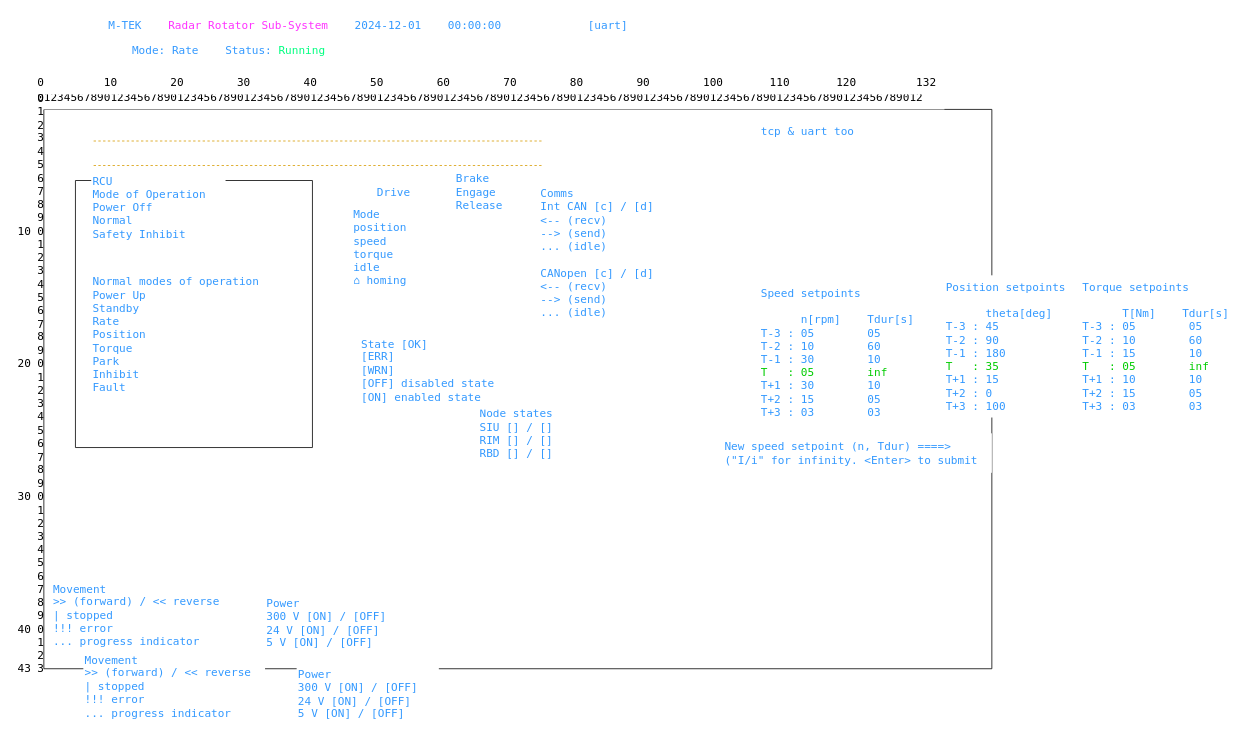
Earlier version of the draw.io diagram rcu_sw/ui-designs/uart-ui.drawio (robertholm73/software_design). Source tidied: cells renumbered, new cells numbered last; positions are measured from the earlier drawing's top-left corner, leaving out a move shared by most shapes. Both pictures are drawn from the tidied source at 79%, with x=0, y=0 at pixel (13, 13).
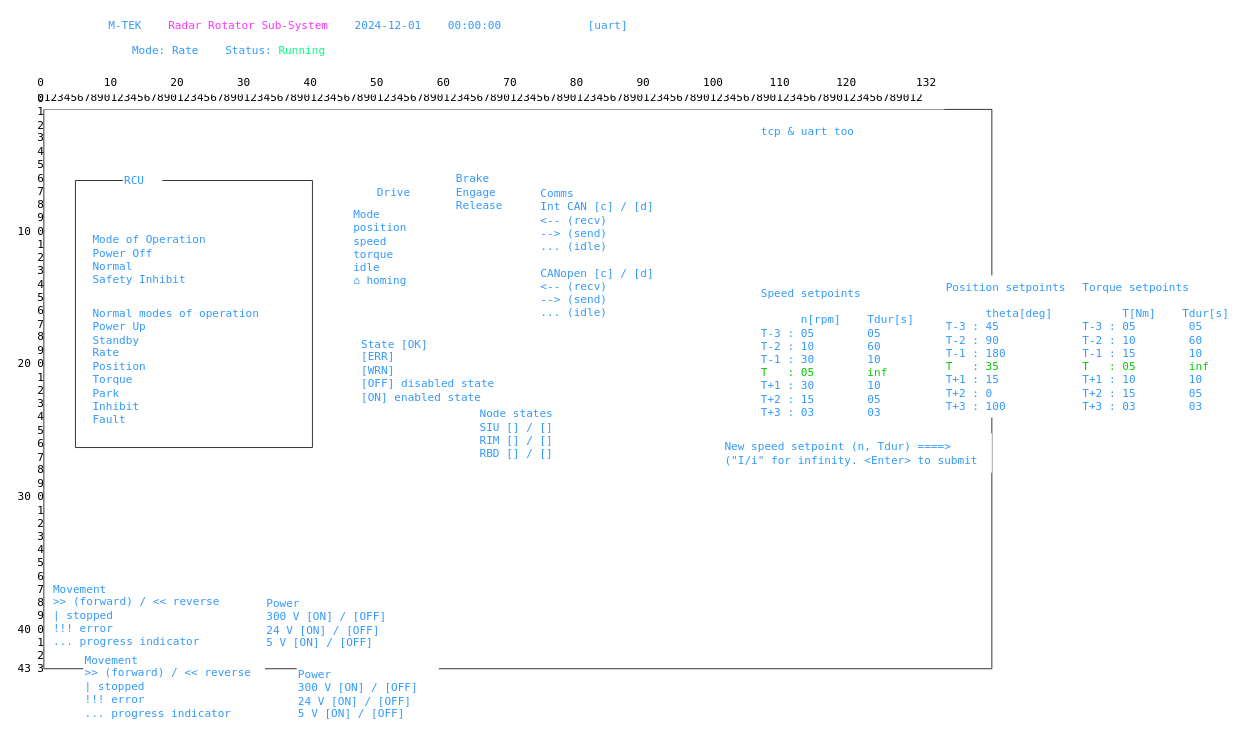
After the change.

Unchanged cells that the change refers to:
```xml
<mxCell id="2" value="&#10;" style="swimlane;startSize=0;fontFamily=Lucida Console;fontSize=14;" parent="1" vertex="1">
  <mxGeometry x="38" y="121" width="1200" height="708" as="geometry" />
</mxCell>
<mxCell id="3" value="&#10;" style="swimlane;startSize=0;fontFamily=Lucida Console;fontSize=14;" parent="2" vertex="1">
  <mxGeometry x="40" y="90" width="300" height="338" as="geometry" />
</mxCell>
```

What changed in the source:
```diff
@@
-    <mxCell id="6" value="&lt;div&gt;&lt;font color=&quot;#3399ff&quot;&gt;RCU&lt;/font&gt;&lt;/div&gt;&lt;div&gt;&lt;font color=&quot;#3399ff&quot;&gt;Mode of Operation&lt;/font&gt;&lt;/div&gt;&lt;div&gt;&lt;font color=&quot;#3399ff&quot;&gt;&lt;div&gt;Power Off&lt;/div&gt;&lt;div&gt;Normal&amp;nbsp;&lt;/div&gt;&lt;div&gt;Safety Inhibit&lt;/div&gt;&lt;/font&gt;&lt;/div&gt;" style="text;html=1;align=left;verticalAlign=middle;strokeColor=none;fillColor=default;fontFamily=Lucida Console;fontSize=14;" parent="3" vertex="1">
-      <mxGeometry x="20" y="-16" width="170" height="100" as="geometry" />
+    <mxCell id="6" value="&lt;div&gt;&lt;span style=&quot;color: rgb(51, 153, 255); background-color: initial;&quot;&gt;Mode of Operation&lt;/span&gt;&lt;/div&gt;&lt;div&gt;&lt;font color=&quot;#3399ff&quot;&gt;&lt;div&gt;Power Off&lt;/div&gt;&lt;div&gt;Normal&amp;nbsp;&lt;/div&gt;&lt;div&gt;Safety Inhibit&lt;/div&gt;&lt;/font&gt;&lt;/div&gt;" style="text;html=1;align=left;verticalAlign=middle;strokeColor=none;fillColor=default;fontFamily=Lucida Console;fontSize=14;" parent="3" vertex="1">
+      <mxGeometry x="20" y="60" width="170" height="80" as="geometry" />
     </mxCell>
     <mxCell id="7" value="&lt;div&gt;&lt;span style=&quot;color: rgb(51, 153, 255); background-color: initial;&quot;&gt;Normal modes of operation&lt;/span&gt;&lt;/div&gt;&lt;div&gt;&lt;span style=&quot;background-color: initial;&quot;&gt;&lt;font color=&quot;#3399ff&quot;&gt;&lt;div style=&quot;&quot;&gt;Power Up&lt;/div&gt;&lt;div style=&quot;&quot;&gt;Standby&lt;/div&gt;&lt;div style=&quot;&quot;&gt;Rate&amp;nbsp;&lt;/div&gt;&lt;div style=&quot;&quot;&gt;Position&lt;/div&gt;&lt;div style=&quot;&quot;&gt;Torque&amp;nbsp;&lt;/div&gt;&lt;div style=&quot;&quot;&gt;Park&lt;/div&gt;&lt;div style=&quot;&quot;&gt;Inhibit&lt;/div&gt;&lt;div style=&quot;&quot;&gt;Fault&amp;nbsp;&lt;/div&gt;&lt;/font&gt;&lt;/span&gt;&lt;/div&gt;" style="text;html=1;align=left;verticalAlign=middle;strokeColor=none;fillColor=default;fontFamily=Lucida Console;fontSize=14;" parent="3" vertex="1">
-      <mxGeometry x="20" y="115" width="230" height="160" as="geometry" />
+      <mxGeometry x="20" y="155" width="230" height="160" as="geometry" />
     </mxCell>
-    <mxCell id="8" style="endArrow=none;dashed=1;html=1;rounded=0;strokeColor=#d79b00;fillColor=#ffe6cc;fontFamily=Lucida Console;fontSize=14;" parent="2" edge="1">
-      <mxGeometry relative="1" as="geometry">
-        <mxPoint x="63" y="40" as="sourcePoint" />
-        <mxPoint x="633" y="40" as="targetPoint" />
-      </mxGeometry>
-    </mxCell>
-    <mxCell id="9" style="endArrow=none;dashed=1;html=1;rounded=0;strokeColor=#d79b00;fillColor=#ffe6cc;fontFamily=Lucida Console;fontSize=14;" parent="2" edge="1">
-      <mxGeometry relative="1" as="geometry">
-        <mxPoint x="63" y="71" as="sourcePoint" />
-        <mxPoint x="633" y="71" as="targetPoint" />
-      </mxGeometry>
-    </mxCell>
@@
+    <mxCell id="29" value="&lt;div&gt;&lt;font color=&quot;#3399ff&quot;&gt;RCU&lt;/font&gt;&lt;/div&gt;" style="text;html=1;align=left;verticalAlign=middle;strokeColor=none;fillColor=default;fontFamily=Lucida Console;fontSize=14;" parent="2" vertex="1">
+      <mxGeometry x="100" y="75" width="50" height="30" as="geometry" />
+    </mxCell>
```
